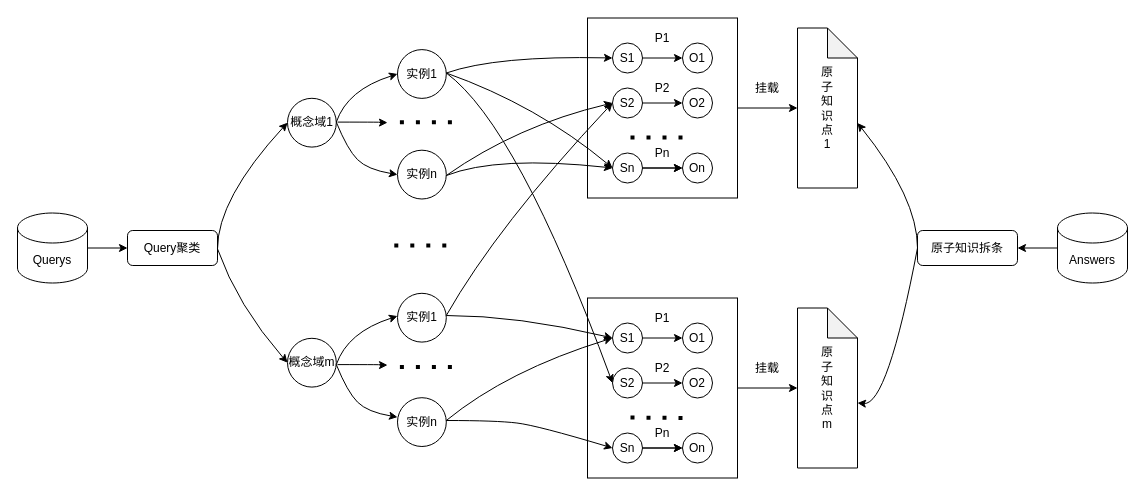
Earlier version of the draw.io diagram 知识拆条框架.drawio (ZhangHammer/ZhangHammer). Source tidied: cells renumbered, new cells numbered last; positions are measured from the earlier drawing's top-left corner, leaving out a move shared by most shapes. Both pictures are drawn from the tidied source at 100%, with x=0, y=0 at pixel (17, 17).
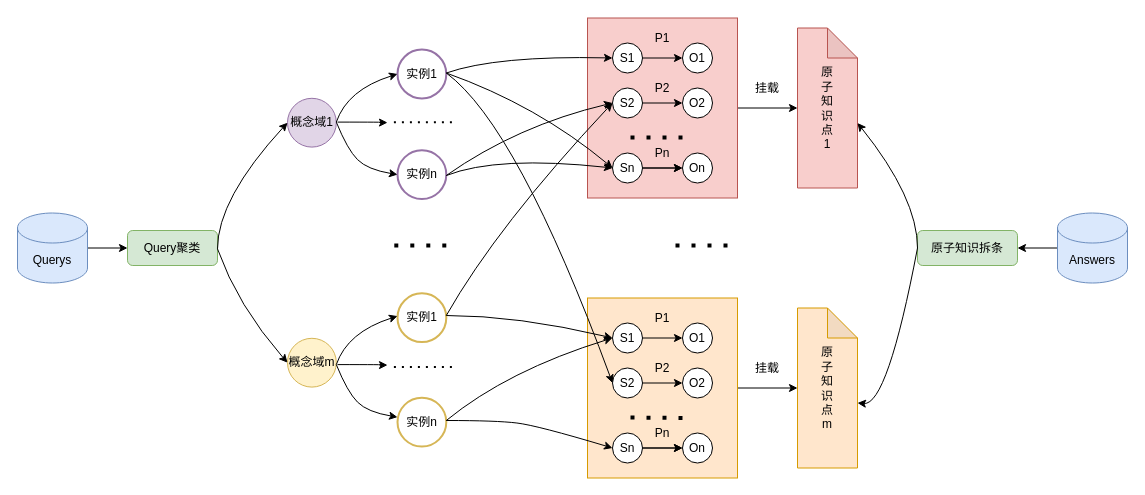
The same page after the edit.

Commit message (it also covers changes not shown here):
知识拆条框架.drawio

The edit, as a diff of the source:
```diff
@@
-    <mxCell id="3" style="rounded=0;whiteSpace=wrap;html=1;" parent="1" vertex="1">
+    <mxCell id="3" style="rounded=0;whiteSpace=wrap;html=1;fillColor=#f8cecc;strokeColor=#b85450;" parent="1" vertex="1">
       <mxGeometry x="570" y="0.5" width="150" height="180" as="geometry" />
     </mxCell>
@@
-    <mxCell id="5" value="Querys" style="shape=cylinder3;whiteSpace=wrap;html=1;boundedLbl=1;backgroundOutline=1;size=15;" parent="1" vertex="1">
+    <mxCell id="5" value="Querys" style="shape=cylinder3;whiteSpace=wrap;html=1;boundedLbl=1;backgroundOutline=1;size=15;fillColor=#dae8fc;strokeColor=#6c8ebf;" parent="1" vertex="1">
       <mxGeometry y="195.5" width="70" height="70" as="geometry" />
     </mxCell>
-    <mxCell id="6" value="Query聚类" style="rounded=1;whiteSpace=wrap;html=1;" parent="1" vertex="1">
+    <mxCell id="6" value="Query聚类" style="rounded=1;whiteSpace=wrap;html=1;fillColor=#d5e8d4;strokeColor=#82b366;" parent="1" vertex="1">
       <mxGeometry x="110" y="213" width="90" height="35" as="geometry" />
     </mxCell>
-    <mxCell id="7" value="原&lt;br&gt;子&lt;br&gt;知&lt;br&gt;识&lt;br&gt;点&lt;br&gt;1" style="shape=note;whiteSpace=wrap;html=1;backgroundOutline=1;darkOpacity=0.05;" parent="1" vertex="1">
+    <mxCell id="7" value="原&lt;br&gt;子&lt;br&gt;知&lt;br&gt;识&lt;br&gt;点&lt;br&gt;1" style="shape=note;whiteSpace=wrap;html=1;backgroundOutline=1;darkOpacity=0.05;fillColor=#f8cecc;strokeColor=#b85450;" parent="1" vertex="1">
       <mxGeometry x="780" y="10.5" width="60" height="160" as="geometry" />
     </mxCell>
@@
-    <mxCell id="23" value="Answers" style="shape=cylinder3;whiteSpace=wrap;html=1;boundedLbl=1;backgroundOutline=1;size=15;" parent="1" vertex="1">
+    <mxCell id="23" value="Answers" style="shape=cylinder3;whiteSpace=wrap;html=1;boundedLbl=1;backgroundOutline=1;size=15;fillColor=#dae8fc;strokeColor=#6c8ebf;" parent="1" vertex="1">
       <mxGeometry x="1040" y="195.5" width="70" height="70" as="geometry" />
     </mxCell>
-    <mxCell id="24" value="原子知识拆条" style="rounded=1;whiteSpace=wrap;html=1;" parent="1" vertex="1">
+    <mxCell id="24" value="原子知识拆条" style="rounded=1;whiteSpace=wrap;html=1;fillColor=#d5e8d4;strokeColor=#82b366;" parent="1" vertex="1">
       <mxGeometry x="900" y="213" width="100" height="35" as="geometry" />
     </mxCell>
@@
-    <mxCell id="26" style="rounded=0;whiteSpace=wrap;html=1;" parent="1" vertex="1">
+    <mxCell id="26" style="rounded=0;whiteSpace=wrap;html=1;fillColor=#ffe6cc;strokeColor=#d79b00;" parent="1" vertex="1">
       <mxGeometry x="570" y="280.5" width="150" height="180" as="geometry" />
     </mxCell>
-    <mxCell id="27" value="原&lt;br&gt;子&lt;br&gt;知&lt;br&gt;识&lt;br&gt;点&lt;br&gt;m" style="shape=note;whiteSpace=wrap;html=1;backgroundOutline=1;darkOpacity=0.05;" parent="1" vertex="1">
+    <mxCell id="27" value="原&lt;br&gt;子&lt;br&gt;知&lt;br&gt;识&lt;br&gt;点&lt;br&gt;m" style="shape=note;whiteSpace=wrap;html=1;backgroundOutline=1;darkOpacity=0.05;fillColor=#ffe6cc;strokeColor=#d79b00;" parent="1" vertex="1">
       <mxGeometry x="780" y="290.5" width="60" height="160" as="geometry" />
     </mxCell>
@@
-    <mxCell id="42" value="概念域1" style="ellipse;whiteSpace=wrap;html=1;" parent="1" vertex="1">
+    <mxCell id="42" value="概念域1" style="ellipse;whiteSpace=wrap;html=1;fillColor=#e1d5e7;strokeColor=#9673a6;" parent="1" vertex="1">
       <mxGeometry x="270" y="80.8" width="48.8" height="48.8" as="geometry" />
     </mxCell>
-    <mxCell id="43" value="实例1" style="ellipse;whiteSpace=wrap;html=1;" parent="1" vertex="1">
+    <mxCell id="43" value="实例1" style="ellipse;whiteSpace=wrap;html=1;fillColor=none;strokeColor=#9673a6;strokeWidth=2;" parent="1" vertex="1">
       <mxGeometry x="380" y="32.1" width="48.8" height="48.8" as="geometry" />
     </mxCell>
-    <mxCell id="44" value="实例n" style="ellipse;whiteSpace=wrap;html=1;" parent="1" vertex="1">
+    <mxCell id="44" value="实例n" style="ellipse;whiteSpace=wrap;html=1;fillColor=none;strokeColor=#9673a6;strokeWidth=2;" parent="1" vertex="1">
       <mxGeometry x="380" y="132.7" width="48.8" height="48.8" as="geometry" />
     </mxCell>
-    <mxCell id="45" value="概念域m" style="ellipse;whiteSpace=wrap;html=1;" parent="1" vertex="1">
+    <mxCell id="45" value="概念域m" style="ellipse;whiteSpace=wrap;html=1;fillColor=#fff2cc;strokeColor=#d6b656;" parent="1" vertex="1">
       <mxGeometry x="270" y="320.8" width="48.8" height="48.8" as="geometry" />
     </mxCell>
-    <mxCell id="46" value="实例1" style="ellipse;whiteSpace=wrap;html=1;" parent="1" vertex="1">
+    <mxCell id="46" value="实例1" style="ellipse;whiteSpace=wrap;html=1;fillColor=none;strokeColor=#d6b656;strokeWidth=2;" parent="1" vertex="1">
       <mxGeometry x="380" y="275.8" width="48.8" height="48.8" as="geometry" />
     </mxCell>
-    <mxCell id="47" value="实例n" style="ellipse;whiteSpace=wrap;html=1;" parent="1" vertex="1">
+    <mxCell id="47" value="实例n" style="ellipse;whiteSpace=wrap;html=1;fillColor=none;strokeColor=#d6b656;strokeWidth=2;" parent="1" vertex="1">
       <mxGeometry x="380" y="380.2" width="48.8" height="48.8" as="geometry" />
     </mxCell>
-    <mxCell id="48" style="endArrow=none;dashed=1;html=1;dashPattern=1 3;strokeWidth=4;rounded=0;" parent="1" edge="1">
+    <mxCell id="48" style="endArrow=none;dashed=1;html=1;dashPattern=1 3;strokeWidth=2;rounded=0;" parent="1" edge="1">
       <mxGeometry relative="1" as="geometry">
         <mxPoint x="434.4" y="104.7" as="sourcePoint" />
         <mxPoint x="374.4" y="104.7" as="targetPoint" />
       </mxGeometry>
     </mxCell>
-    <mxCell id="49" style="endArrow=none;dashed=1;html=1;dashPattern=1 3;strokeWidth=4;rounded=0;" parent="1" edge="1">
+    <mxCell id="49" style="endArrow=none;dashed=1;html=1;dashPattern=1 3;strokeWidth=2;rounded=0;" parent="1" edge="1">
       <mxGeometry relative="1" as="geometry">
         <mxPoint x="434.4" y="349.6" as="sourcePoint" />
         <mxPoint x="374.4" y="349.6" as="targetPoint" />
       </mxGeometry>
     </mxCell>
@@
+    <mxCell id="72" style="endArrow=none;dashed=1;html=1;dashPattern=1 3;strokeWidth=4;rounded=0;" parent="1" edge="1">
+      <mxGeometry relative="1" as="geometry">
+        <mxPoint x="710" y="228" as="sourcePoint" />
+        <mxPoint x="650" y="228" as="targetPoint" />
+      </mxGeometry>
+    </mxCell>
```
